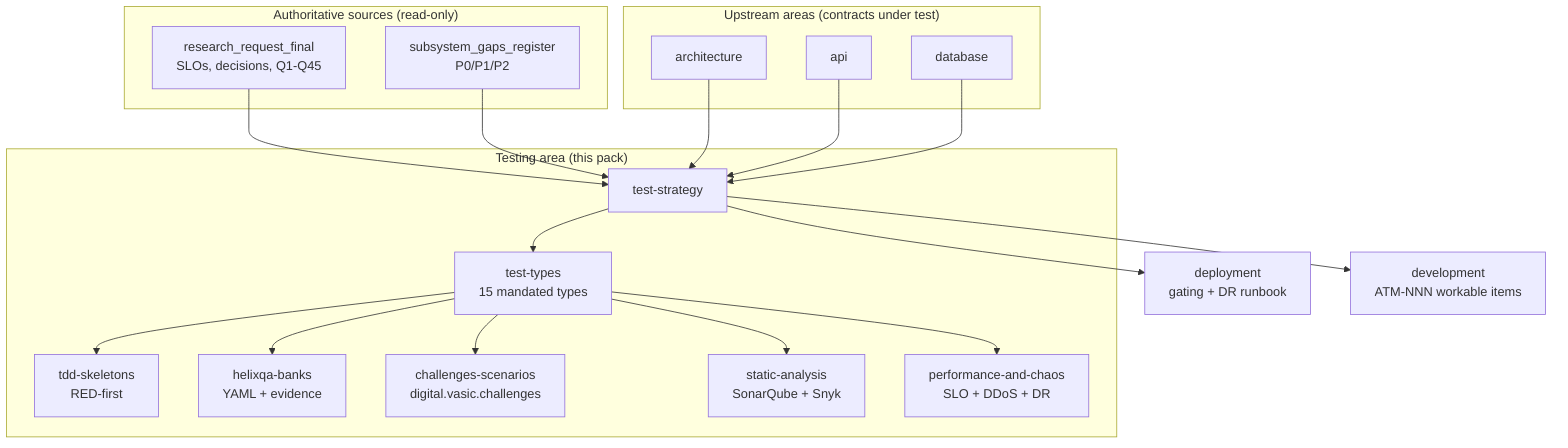
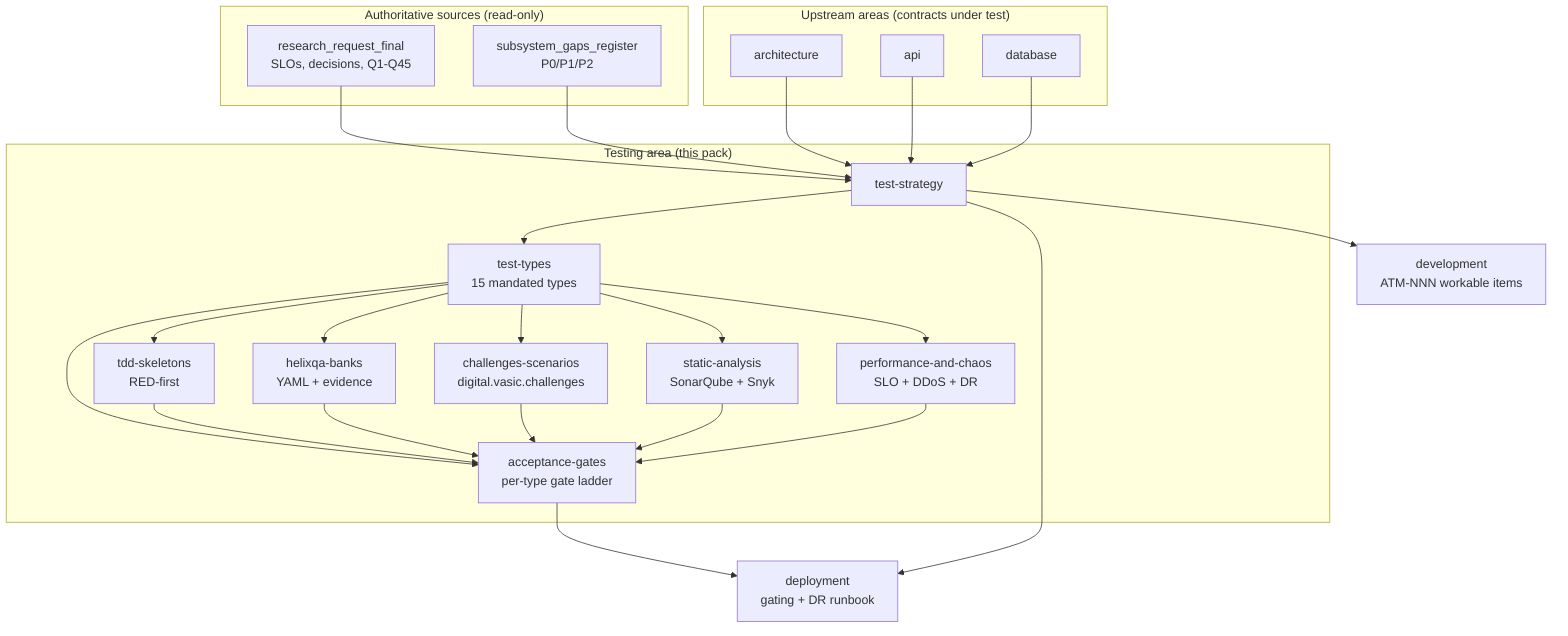
flowchart TB
  subgraph Sources["Authoritative sources (read-only)"]
    RR[research_request_final\nSLOs, decisions, Q1-Q45]
    GAP[subsystem_gaps_register\nP0/P1/P2]
  end
  subgraph Testing["Testing area (this pack)"]
    STRAT[test-strategy]
    TYPES[test-types\n15 mandated types]
    TDD[tdd-skeletons\nRED-first]
    QA[helixqa-banks\nYAML + evidence]
    CH[challenges-scenarios\ndigital.vasic.challenges]
    SA[static-analysis\nSonarQube + Snyk]
    PC[performance-and-chaos\nSLO + DDoS + DR]
+     GATE[acceptance-gates\nper-type gate ladder]
  end
  subgraph Upstream["Upstream areas (contracts under test)"]
    ARCH[architecture]
    API[api]
    DB[database]
  end
  RR --> STRAT
  GAP --> STRAT
  STRAT --> TYPES --> TDD
  TYPES --> QA
  TYPES --> CH
  TYPES --> SA
  TYPES --> PC
+   TYPES --> GATE
+   TDD --> GATE
+   QA --> GATE
+   CH --> GATE
+   SA --> GATE
+   PC --> GATE
  ARCH --> STRAT
  API --> STRAT
  DB --> STRAT
-   STRAT --> DEP[deployment\ngating + DR runbook]
+   GATE --> DEP[deployment\ngating + DR runbook]
+   STRAT --> DEP
  STRAT --> DEV[development\nATM-NNN workable items]
